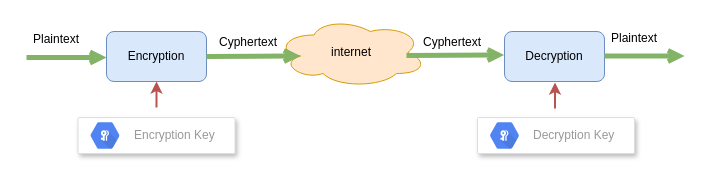
Above: src/pages/articles/https/secure-connnections-with-ssl/encryption_decryption_overview.drawio in ahenteti/ahenteti.github.io (draw.io), before the change. Source tidied: cells renumbered, new cells numbered last; positions are measured from the earlier drawing's top-left corner, leaving out a move shared by most shapes. Both pictures are drawn from the tidied source at 100%, with x=0, y=0 at pixel (26, 17).
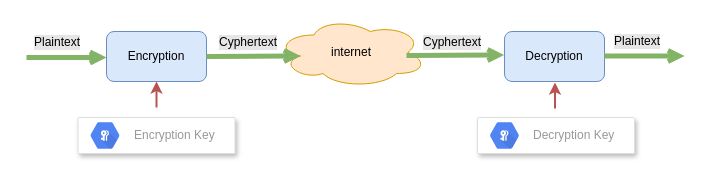
After the change.

Diff of the diagram source:
```diff
@@
-    <mxCell id="5" value="Plaintext" style="text;html=1;strokeColor=none;fillColor=none;align=center;verticalAlign=middle;whiteSpace=wrap;rounded=0;" parent="1" vertex="1">
-      <mxGeometry x="5" y="14" width="50" height="16" as="geometry" />
+    <mxCell id="5" value="Plaintext" style="text;html=1;strokeColor=none;fillColor=none;align=center;verticalAlign=middle;whiteSpace=wrap;rounded=0;labelBackgroundColor=#E6E6E6;" parent="1" vertex="1">
+      <mxGeometry x="6" y="17" width="50" height="16" as="geometry" />
     </mxCell>
@@
-    <mxCell id="8" value="Cyphertext" style="text;html=1;strokeColor=none;fillColor=none;align=center;verticalAlign=middle;whiteSpace=wrap;rounded=0;" parent="1" vertex="1">
+    <mxCell id="8" value="Cyphertext" style="text;html=1;strokeColor=none;fillColor=none;align=center;verticalAlign=middle;whiteSpace=wrap;rounded=0;labelBackgroundColor=#E6E6E6;" parent="1" vertex="1">
       <mxGeometry x="196.5" y="17" width="50" height="16" as="geometry" />
     </mxCell>
@@
-    <mxCell id="10" value="Cyphertext" style="text;html=1;strokeColor=none;fillColor=none;align=center;verticalAlign=middle;whiteSpace=wrap;rounded=0;" parent="1" vertex="1">
+    <mxCell id="10" value="Cyphertext" style="text;html=1;strokeColor=none;fillColor=none;align=center;verticalAlign=middle;whiteSpace=wrap;rounded=0;labelBackgroundColor=#E6E6E6;" parent="1" vertex="1">
       <mxGeometry x="401" y="17" width="50" height="16" as="geometry" />
     </mxCell>
@@
-    <mxCell id="13" value="Plaintext" style="text;html=1;strokeColor=none;fillColor=none;align=center;verticalAlign=middle;whiteSpace=wrap;rounded=0;" parent="1" vertex="1">
-      <mxGeometry x="583.2" y="13" width="50" height="16" as="geometry" />
+    <mxCell id="13" value="Plaintext" style="text;html=1;strokeColor=none;fillColor=none;align=center;verticalAlign=middle;whiteSpace=wrap;rounded=0;labelBackgroundColor=#E6E6E6;" parent="1" vertex="1">
+      <mxGeometry x="586.2" y="16" width="50" height="16" as="geometry" />
     </mxCell>
```
